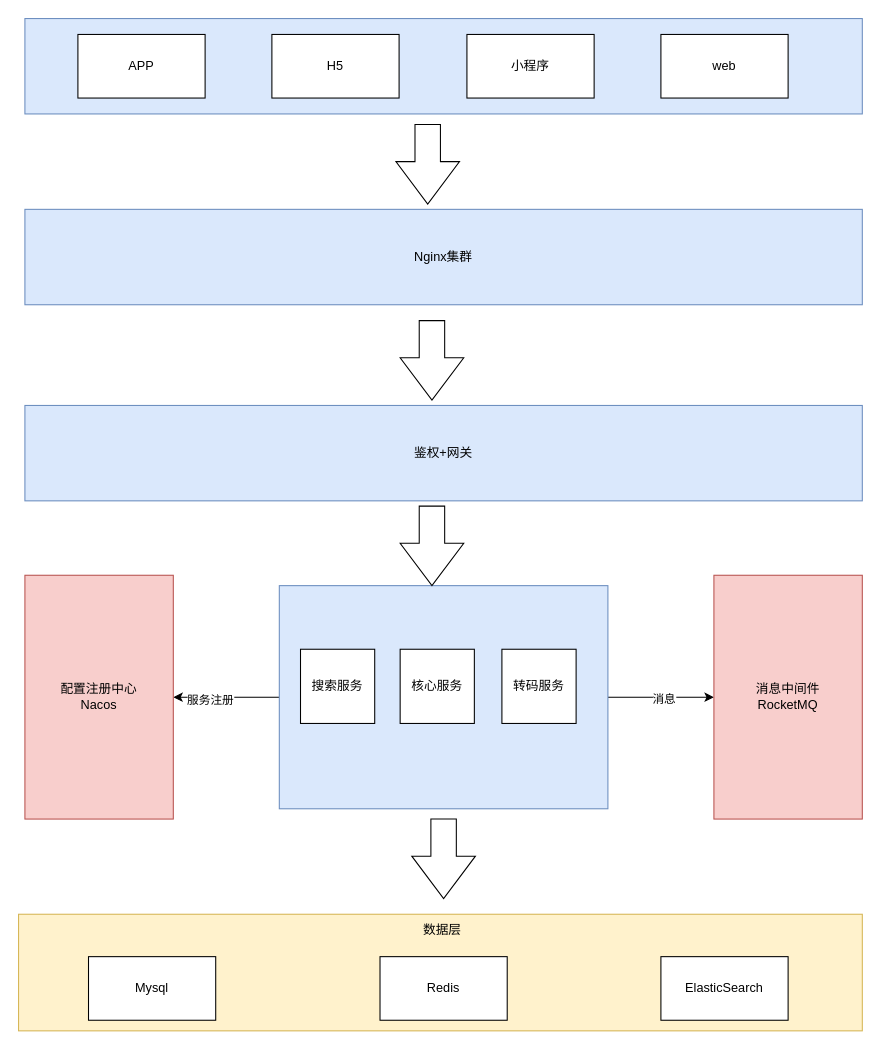
This is page "微服务前" (1 of 2) of 未命名绘图.drawio from rainerpiao/cloud-computing, a draw.io file, before an edit. Source tidied: cells renumbered, new cells numbered last; positions are measured from the earlier drawing's top-left corner, leaving out a move shared by most shapes. Both pictures are drawn from the tidied source at 106%, with x=0, y=0 at pixel (18, 18).
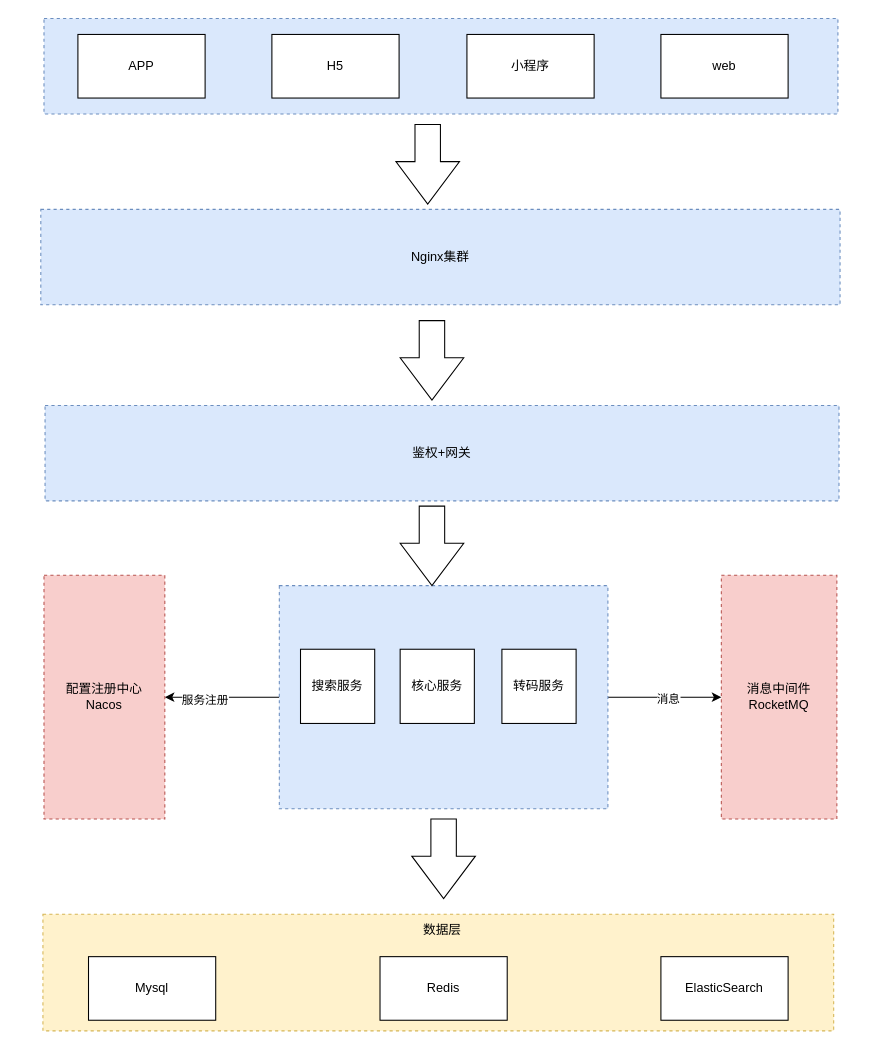
The same diagram, later.

Commit message:
更新未命名绘图.drawio

Diff of the diagram source:
```diff
@@
-    <mxCell id="2" style="rounded=0;whiteSpace=wrap;html=1;fillColor=#dae8fc;strokeColor=#6c8ebf;" parent="1" vertex="1">
-      <mxGeometry x="6" width="790" height="90" as="geometry" />
+    <mxCell id="2" style="rounded=0;whiteSpace=wrap;html=1;fillColor=#dae8fc;strokeColor=#6c8ebf;dashed=1;" parent="1" vertex="1">
+      <mxGeometry x="24" width="749" height="90" as="geometry" />
     </mxCell>
@@
-    <mxCell id="7" value="Nginx集群" style="rounded=0;whiteSpace=wrap;html=1;fillColor=#dae8fc;strokeColor=#6c8ebf;" parent="1" vertex="1">
-      <mxGeometry x="6" y="180" width="790" height="90" as="geometry" />
+    <mxCell id="7" value="Nginx集群" style="rounded=0;whiteSpace=wrap;html=1;fillColor=#dae8fc;strokeColor=#6c8ebf;dashed=1;" parent="1" vertex="1">
+      <mxGeometry x="21" y="180" width="754" height="90" as="geometry" />
     </mxCell>
@@
-    <mxCell id="9" value="鉴权+网关" style="rounded=0;whiteSpace=wrap;html=1;fillColor=#dae8fc;strokeColor=#6c8ebf;" parent="1" vertex="1">
-      <mxGeometry x="6" y="365" width="790" height="90" as="geometry" />
+    <mxCell id="9" value="鉴权+网关" style="rounded=0;whiteSpace=wrap;html=1;fillColor=#dae8fc;strokeColor=#6c8ebf;dashed=1;" parent="1" vertex="1">
+      <mxGeometry x="25" y="365" width="749" height="90" as="geometry" />
     </mxCell>
@@
-    <mxCell id="14" style="rounded=0;whiteSpace=wrap;html=1;fillColor=#dae8fc;strokeColor=#6c8ebf;" parent="1" vertex="1">
+    <mxCell id="14" style="rounded=0;whiteSpace=wrap;html=1;fillColor=#dae8fc;strokeColor=#6c8ebf;dashed=1;" parent="1" vertex="1">
       <mxGeometry x="246" y="535" width="310" height="210.5" as="geometry" />
     </mxCell>
@@
-    <mxCell id="19" value="消息中间件&lt;br&gt;RocketMQ" style="rounded=0;whiteSpace=wrap;html=1;fillColor=#f8cecc;strokeColor=#b85450;" parent="1" vertex="1">
-      <mxGeometry x="656" y="525.2" width="140" height="230" as="geometry" />
+    <mxCell id="19" value="消息中间件&lt;br&gt;RocketMQ" style="rounded=0;whiteSpace=wrap;html=1;fillColor=#f8cecc;strokeColor=#b85450;dashed=1;" parent="1" vertex="1">
+      <mxGeometry x="663" y="525.2" width="109" height="230" as="geometry" />
     </mxCell>
-    <mxCell id="20" value="配置注册中心&lt;br&gt;Nacos" style="rounded=0;whiteSpace=wrap;html=1;fillColor=#f8cecc;strokeColor=#b85450;" parent="1" vertex="1">
-      <mxGeometry x="6" y="525.2" width="140" height="230" as="geometry" />
+    <mxCell id="20" value="配置注册中心&lt;br&gt;Nacos" style="rounded=0;whiteSpace=wrap;html=1;fillColor=#f8cecc;strokeColor=#b85450;dashed=1;" parent="1" vertex="1">
+      <mxGeometry x="24" y="525.2" width="114" height="230" as="geometry" />
     </mxCell>
@@
-    <mxCell id="23" style="rounded=0;whiteSpace=wrap;html=1;fillColor=#fff2cc;strokeColor=#d6b656;" parent="1" vertex="1">
-      <mxGeometry y="845" width="796" height="110" as="geometry" />
+    <mxCell id="23" style="rounded=0;whiteSpace=wrap;html=1;fillColor=#fff2cc;strokeColor=#d6b656;dashed=1;" parent="1" vertex="1">
+      <mxGeometry x="23" y="845" width="746" height="110" as="geometry" />
     </mxCell>
```
